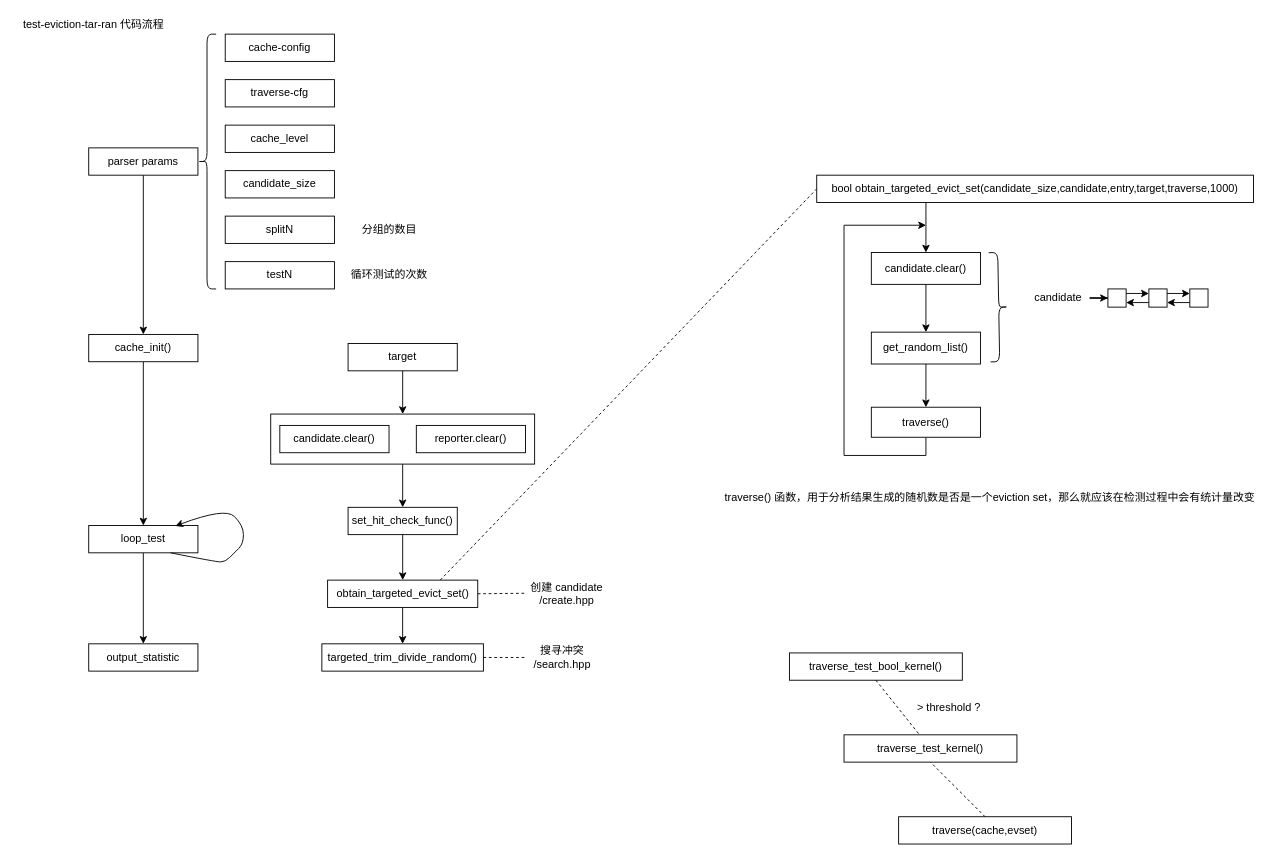
Before: page "attack" (3 of 5) of traverse.drawio in w112/graph, a draw.io diagram. Source tidied: cells renumbered, new cells numbered last; positions are measured from the earlier drawing's top-left corner, leaving out a move shared by most shapes. Both pictures are drawn from the tidied source at 91%, with x=0, y=0 at pixel (15, 15).
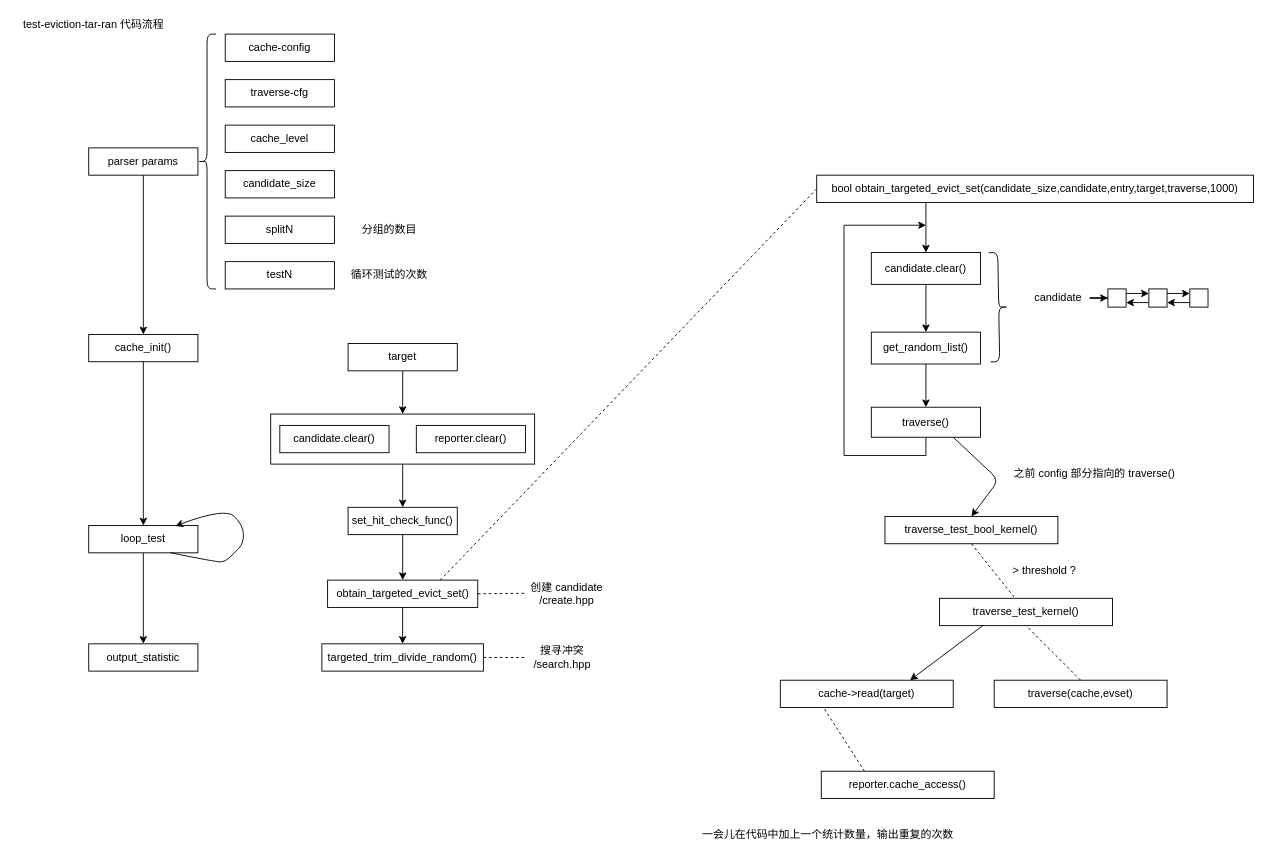
The same diagram, later.

Unchanged cells that the change refers to:
```xml
<mxCell id="55" value="traverse()" style="rounded=0;whiteSpace=wrap;html=1;" parent="1" vertex="1">
  <mxGeometry x="940" y="430" width="120" height="33" as="geometry" />
</mxCell>
```

The edit, as a diff of the source:
```diff
@@
-    <mxCell id="56" value="traverse() 函数，用于分析结果生成的随机数是否是一个eviction set，那么就应该在检测过程中会有统计量改变" style="text;html=1;align=center;verticalAlign=middle;" parent="1" vertex="1">
-      <mxGeometry x="770" y="520" width="600" height="20" as="geometry" />
-    </mxCell>
     <mxCell id="57" value="traverse_test_bool_kernel()" style="rounded=0;whiteSpace=wrap;html=1;" parent="1" vertex="1">
-      <mxGeometry x="850" y="700" width="190" height="30" as="geometry" />
+      <mxGeometry x="955" y="550" width="190" height="30" as="geometry" />
     </mxCell>
     <mxCell id="58" value="traverse_test_kernel()" style="rounded=0;whiteSpace=wrap;html=1;" parent="1" vertex="1">
-      <mxGeometry x="910" y="790" width="190" height="30" as="geometry" />
+      <mxGeometry x="1015" y="640" width="190" height="30" as="geometry" />
     </mxCell>
@@
     <mxCell id="60" value="&amp;gt; threshold ?" style="text;html=1;align=center;verticalAlign=middle;" parent="1" vertex="1">
-      <mxGeometry x="980" y="750" width="90" height="20" as="geometry" />
+      <mxGeometry x="1085" y="600" width="90" height="20" as="geometry" />
     </mxCell>
     <mxCell id="61" value="traverse(cache,evset)" style="rounded=0;whiteSpace=wrap;html=1;" parent="1" vertex="1">
-      <mxGeometry x="970" y="880" width="190" height="30" as="geometry" />
+      <mxGeometry x="1075" y="730" width="190" height="30" as="geometry" />
     </mxCell>
@@
+    <mxCell id="63" style="endArrow=classic;html=1;exitX=0.75;exitY=1;exitDx=0;exitDy=0;entryX=0.5;entryY=0;entryDx=0;entryDy=0;" parent="1" edge="1" source="55" target="57">
+      <mxGeometry relative="1" as="geometry">
+        <Array as="points">
+          <mxPoint x="1080" y="510" />
+        </Array>
+      </mxGeometry>
+    </mxCell>
+    <mxCell id="64" value="之前 config 部分指向的 traverse()" style="text;html=1;align=center;verticalAlign=middle;" parent="1" vertex="1">
+      <mxGeometry x="1090" y="492.5" width="190" height="20" as="geometry" />
+    </mxCell>
+    <mxCell id="65" value="cache-&amp;gt;read(target)" style="rounded=0;whiteSpace=wrap;html=1;" parent="1" vertex="1">
+      <mxGeometry x="840" y="730" width="190" height="30" as="geometry" />
+    </mxCell>
+    <mxCell id="66" style="endArrow=classic;html=1;exitX=0.25;exitY=1;exitDx=0;exitDy=0;entryX=0.75;entryY=0;entryDx=0;entryDy=0;" parent="1" edge="1" source="58" target="65">
+      <mxGeometry relative="1" as="geometry" />
+    </mxCell>
+    <mxCell id="67" style="endArrow=none;dashed=1;html=1;entryX=0.25;entryY=1;entryDx=0;entryDy=0;exitX=0.25;exitY=0;exitDx=0;exitDy=0;" parent="1" edge="1" source="68" target="65">
+      <mxGeometry relative="1" as="geometry" />
+    </mxCell>
+    <mxCell id="68" value="reporter.cache_access()" style="rounded=0;whiteSpace=wrap;html=1;" parent="1" vertex="1">
+      <mxGeometry x="885" y="830" width="190" height="30" as="geometry" />
+    </mxCell>
+    <mxCell id="69" value="一会儿在代码中加上一个统计数量，输出重复的次数" style="text;html=1;align=center;verticalAlign=middle;" parent="1" vertex="1">
+      <mxGeometry x="747" y="890" width="290" height="20" as="geometry" />
+    </mxCell>
```
